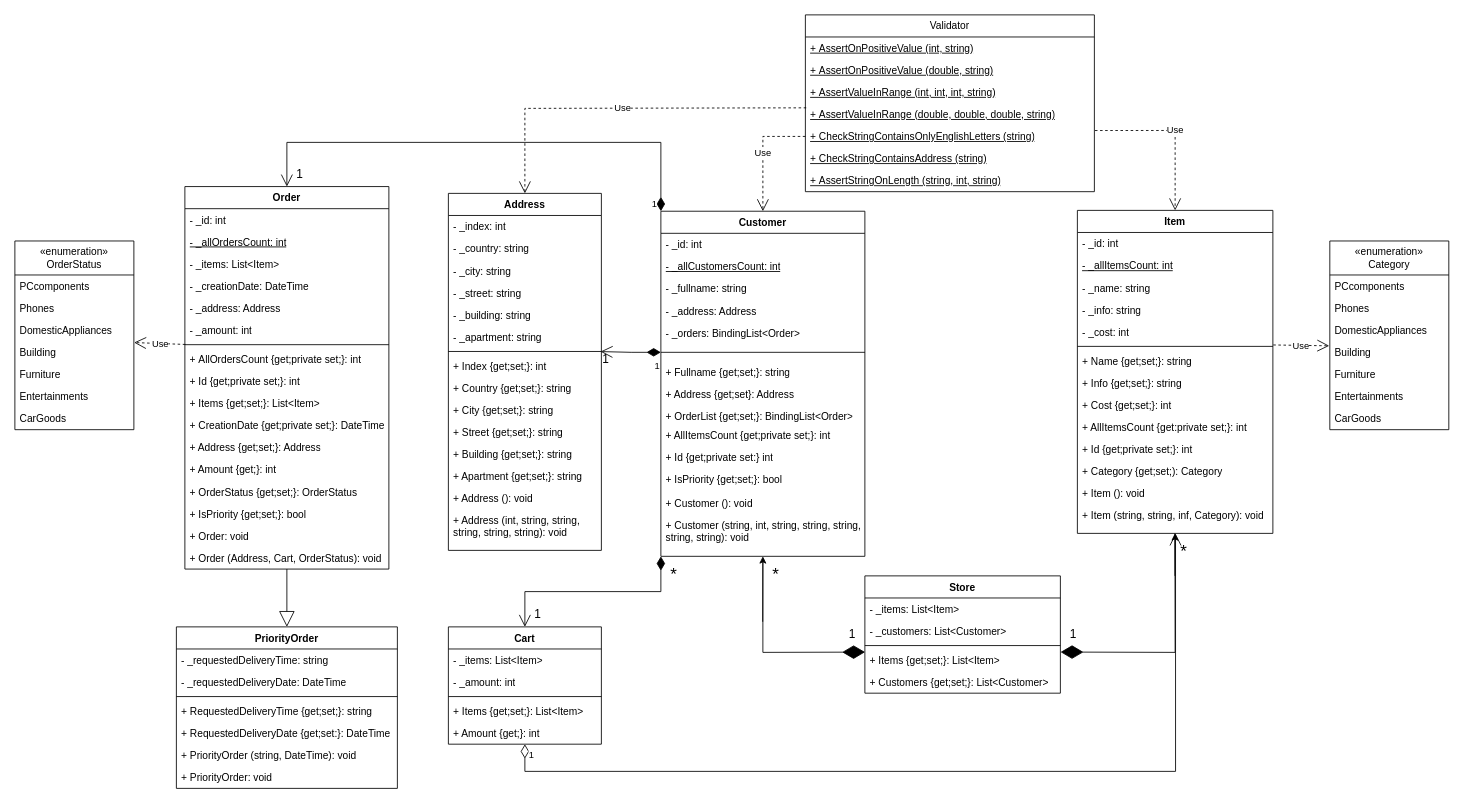
The draw.io diagram doc/ObjectOrientedPractics/Practics4.drawio in EBPEYgg/ObjectOrientedPractics, before the edit. Source tidied: cells renumbered, new cells numbered last; positions are measured from the earlier drawing's top-left corner, leaving out a move shared by most shapes. Both pictures are drawn from the tidied source at 85%, with x=0, y=0 at pixel (14, 14).
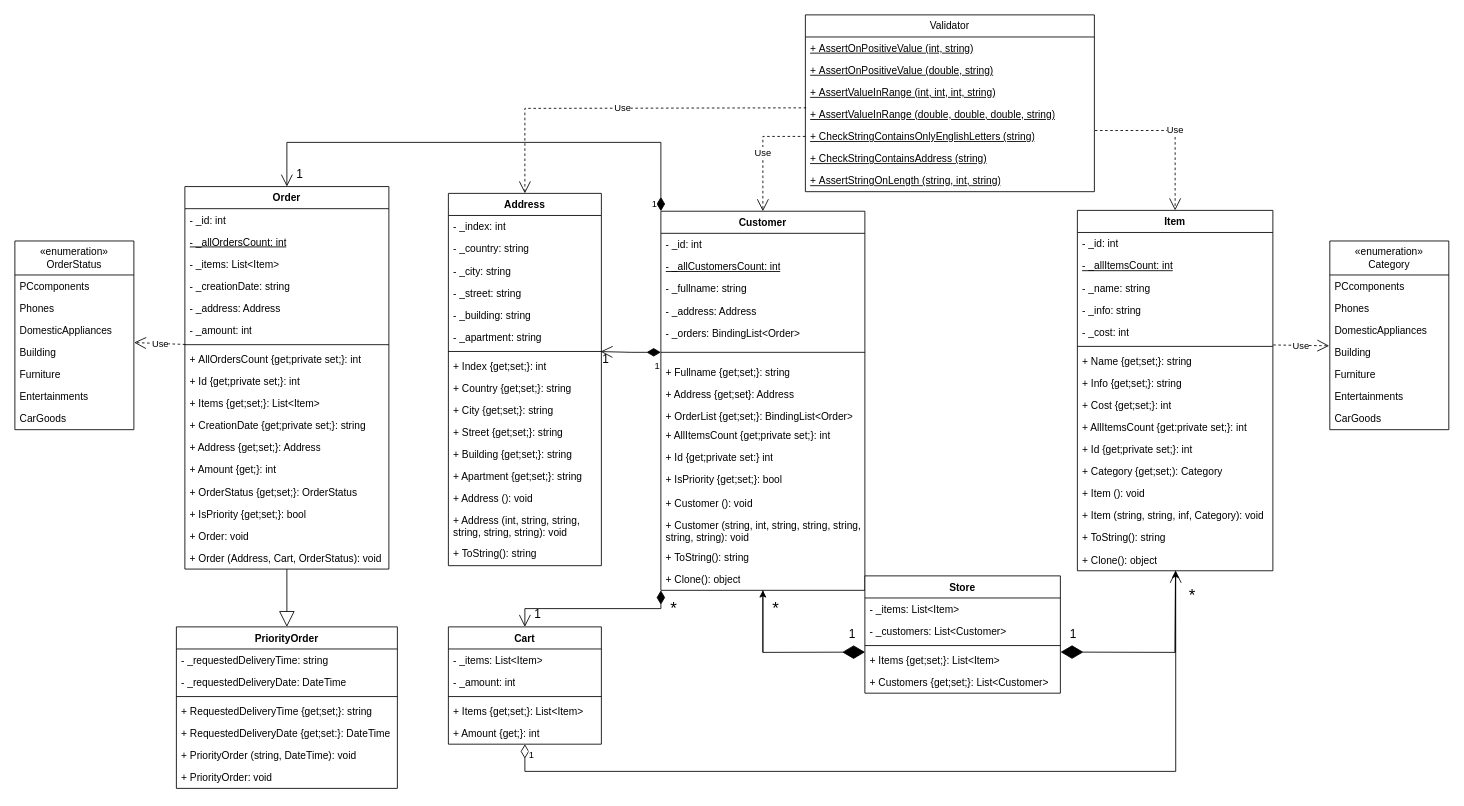
The same page after the edit.

Commit message (it also covers changes not shown here):
📝Update UML Practics4.

The change refers to these unchanged cells:
```xml
<mxCell id="62" value="+ Items {get;set;}: List&amp;lt;Item&amp;gt;" style="text;strokeColor=none;fillColor=none;align=left;verticalAlign=top;spacingLeft=4;spacingRight=4;overflow=hidden;points=[[0,0.5],[1,0.5]];portConstraint=eastwest;whiteSpace=wrap;html=1;" parent="58" vertex="1">
  <mxGeometry y="86" width="230" height="26" as="geometry" />
</mxCell>
<mxCell id="89" value="+ Amount {get;}: int" style="text;strokeColor=none;fillColor=none;align=left;verticalAlign=top;spacingLeft=4;spacingRight=4;overflow=hidden;points=[[0,0.5],[1,0.5]];portConstraint=eastwest;whiteSpace=wrap;html=1;" parent="84" vertex="1">
  <mxGeometry y="112" width="180" height="26" as="geometry" />
</mxCell>
<mxCell id="90" value="Order" style="swimlane;fontStyle=1;align=center;verticalAlign=top;horizontal=1;startSize=26;whiteSpace=wrap;html=1;" parent="1" vertex="1">
  <mxGeometry x="200" y="202" width="240" height="450" as="geometry" />
</mxCell>
```

Change to the diagram source:
```diff
@@
     <mxCell id="10" value="Item" style="swimlane;fontStyle=1;align=center;verticalAlign=top;horizontal=1;startSize=26;whiteSpace=wrap;html=1;" parent="1" vertex="1">
-      <mxGeometry x="1250" y="230" width="230" height="380" as="geometry" />
+      <mxGeometry x="1250" y="230" width="230" height="424" as="geometry" />
     </mxCell>
@@
     <mxCell id="24" value="+ Item (string, string, inf, Category): void" style="text;strokeColor=none;fillColor=none;align=left;verticalAlign=top;spacingLeft=4;spacingRight=4;overflow=hidden;points=[[0,0.5],[1,0.5]];portConstraint=eastwest;whiteSpace=wrap;html=1;" parent="10" vertex="1">
-      <mxGeometry y="346" width="230" height="34" as="geometry" />
+      <mxGeometry y="346" width="230" height="26" as="geometry" />
     </mxCell>
+    <mxCell id="132" value="+ ToString(): string" style="text;strokeColor=none;fillColor=none;align=left;verticalAlign=top;spacingLeft=4;spacingRight=4;overflow=hidden;whiteSpace=wrap;html=1;" parent="10" vertex="1">
+      <mxGeometry y="372" width="230" height="26" as="geometry" />
+    </mxCell>
+    <mxCell id="133" value="+ Clone(): object" style="text;strokeColor=none;fillColor=none;align=left;verticalAlign=top;spacingLeft=4;spacingRight=4;overflow=hidden;points=[[0,0.5],[1,0.5]];portConstraint=eastwest;whiteSpace=wrap;html=1;" parent="10" vertex="1">
+      <mxGeometry y="398" width="230" height="26" as="geometry" />
+    </mxCell>
     <mxCell id="25" value="Customer" style="swimlane;fontStyle=1;align=center;verticalAlign=top;horizontal=1;startSize=26;whiteSpace=wrap;html=1;" parent="1" vertex="1">
-      <mxGeometry x="760" y="231" width="240" height="406" as="geometry" />
+      <mxGeometry x="760" y="231" width="240" height="446" as="geometry" />
     </mxCell>
@@
     <mxCell id="39" value="+ Customer (string, int, string, string, string, string, string): void" style="text;strokeColor=none;fillColor=none;align=left;verticalAlign=top;spacingLeft=4;spacingRight=4;overflow=hidden;whiteSpace=wrap;html=1;" parent="25" vertex="1">
-      <mxGeometry y="356" width="240" height="50" as="geometry" />
+      <mxGeometry y="356" width="240" height="38" as="geometry" />
     </mxCell>
+    <mxCell id="134" value="+ ToString(): string" style="text;strokeColor=none;fillColor=none;align=left;verticalAlign=top;spacingLeft=4;spacingRight=4;overflow=hidden;whiteSpace=wrap;html=1;" parent="25" vertex="1">
+      <mxGeometry y="394" width="240" height="26" as="geometry" />
+    </mxCell>
+    <mxCell id="135" value="+ Clone(): object" style="text;strokeColor=none;fillColor=none;align=left;verticalAlign=top;spacingLeft=4;spacingRight=4;overflow=hidden;points=[[0,0.5],[1,0.5]];portConstraint=eastwest;whiteSpace=wrap;html=1;" parent="25" vertex="1">
+      <mxGeometry y="420" width="240" height="26" as="geometry" />
+    </mxCell>
     <mxCell id="40" value="Address" style="swimlane;fontStyle=1;align=center;verticalAlign=top;horizontal=1;startSize=26;whiteSpace=wrap;html=1;" parent="1" vertex="1">
-      <mxGeometry x="510" y="210" width="180" height="420" as="geometry" />
+      <mxGeometry x="510" y="210" width="180" height="438" as="geometry" />
     </mxCell>
@@
     <mxCell id="55" value="+ Address (int, string, string, string, string, string): void" style="text;strokeColor=none;fillColor=none;align=left;verticalAlign=top;spacingLeft=4;spacingRight=4;overflow=hidden;whiteSpace=wrap;html=1;" parent="40" vertex="1">
-      <mxGeometry y="372" width="180" height="48" as="geometry" />
+      <mxGeometry y="372" width="180" height="38" as="geometry" />
     </mxCell>
+    <mxCell id="136" value="+ ToString(): string" style="text;strokeColor=none;fillColor=none;align=left;verticalAlign=top;spacingLeft=4;spacingRight=4;overflow=hidden;whiteSpace=wrap;html=1;" parent="40" vertex="1">
+      <mxGeometry y="410" width="180" height="28" as="geometry" />
+    </mxCell>
@@
-    <mxCell id="64" style="endArrow=diamondThin;endFill=1;endSize=24;html=1;rounded=0;entryX=1.001;entryY=0.139;entryDx=0;entryDy=0;entryPerimeter=0;exitX=0.499;exitY=0.998;exitDx=0;exitDy=0;exitPerimeter=0;" parent="1" edge="1" source="24" target="62">
+    <mxCell id="64" style="endArrow=diamondThin;endFill=1;endSize=24;html=1;rounded=0;entryX=1.001;entryY=0.139;entryDx=0;entryDy=0;entryPerimeter=0;exitX=0.502;exitY=1.002;exitDx=0;exitDy=0;exitPerimeter=0;" parent="1" edge="1" source="133" target="62">
       <mxGeometry relative="1" as="geometry">
         <Array as="points">
           <mxPoint x="1365" y="750" />
         </Array>
       </mxGeometry>
     </mxCell>
-    <mxCell id="65" style="endArrow=classic;html=1;rounded=0;" parent="1" edge="1">
+    <mxCell id="65" style="endArrow=classic;html=1;rounded=0;entryX=0.502;entryY=1.002;entryDx=0;entryDy=0;entryPerimeter=0;" parent="1" edge="1" target="133">
       <mxGeometry relative="1" as="geometry">
-        <mxPoint x="1364.8" y="660" as="sourcePoint" />
-        <mxPoint x="1364.8" y="610" as="targetPoint" />
+        <mxPoint x="1365" y="750" as="sourcePoint" />
       </mxGeometry>
     </mxCell>
     <mxCell id="66" value="&lt;font style=&quot;font-size: 20px;&quot;&gt;*&lt;/font&gt;" style="text;html=1;align=center;verticalAlign=middle;strokeColor=none;fillColor=none;" parent="1" vertex="1">
-      <mxGeometry x="1360" y="610" width="30" height="40" as="geometry" />
+      <mxGeometry x="1370" y="662" width="30" height="40" as="geometry" />
     </mxCell>
@@
-    <mxCell id="68" style="endArrow=diamondThin;endFill=1;endSize=24;html=1;rounded=0;entryX=0.001;entryY=0.142;entryDx=0;entryDy=0;entryPerimeter=0;" parent="1" edge="1" target="62">
+    <mxCell id="68" style="endArrow=diamondThin;endFill=1;endSize=24;html=1;rounded=0;entryX=0.001;entryY=0.142;entryDx=0;entryDy=0;entryPerimeter=0;exitX=0.5;exitY=1;exitDx=0;exitDy=0;" parent="1" edge="1" source="25" target="62">
       <mxGeometry relative="1" as="geometry">
-        <mxPoint x="880" y="640" as="sourcePoint" />
         <Array as="points">
           <mxPoint x="880" y="750" />
         </Array>
       </mxGeometry>
     </mxCell>
@@
     <mxCell id="70" value="&lt;font style=&quot;font-size: 20px;&quot;&gt;*&lt;/font&gt;" style="text;html=1;align=center;verticalAlign=middle;strokeColor=none;fillColor=none;" parent="1" vertex="1">
-      <mxGeometry x="880" y="637" width="30" height="40" as="geometry" />
+      <mxGeometry x="880" y="677" width="30" height="40" as="geometry" />
     </mxCell>
-    <mxCell id="71" style="endArrow=classic;html=1;rounded=0;entryX=0.5;entryY=1;entryDx=0;entryDy=0;" parent="1" edge="1" target="25">
+    <mxCell id="71" style="endArrow=classic;html=1;rounded=0;entryX=0.5;entryY=0.999;entryDx=0;entryDy=0;entryPerimeter=0;" parent="1" edge="1" target="135">
       <mxGeometry relative="1" as="geometry">
-        <mxPoint x="879.8" y="714" as="sourcePoint" />
+        <mxPoint x="880" y="750" as="sourcePoint" />
       </mxGeometry>
     </mxCell>
@@
-    <mxCell id="94" value="-&amp;nbsp;_creationDate: DateTime" style="text;strokeColor=none;fillColor=none;align=left;verticalAlign=top;spacingLeft=4;spacingRight=4;overflow=hidden;whiteSpace=wrap;html=1;" parent="90" vertex="1">
+    <mxCell id="94" value="-&amp;nbsp;_creationDate: string" style="text;strokeColor=none;fillColor=none;align=left;verticalAlign=top;spacingLeft=4;spacingRight=4;overflow=hidden;whiteSpace=wrap;html=1;" parent="90" vertex="1">
       <mxGeometry y="104" width="240" height="26" as="geometry" />
     </mxCell>
@@
-    <mxCell id="101" value="+ CreationDate {get;private set;}: DateTime" style="text;strokeColor=none;fillColor=none;align=left;verticalAlign=top;spacingLeft=4;spacingRight=4;overflow=hidden;whiteSpace=wrap;html=1;" parent="90" vertex="1">
+    <mxCell id="101" value="+ CreationDate {get;private set;}: string" style="text;strokeColor=none;fillColor=none;align=left;verticalAlign=top;spacingLeft=4;spacingRight=4;overflow=hidden;whiteSpace=wrap;html=1;" parent="90" vertex="1">
       <mxGeometry y="268" width="240" height="26" as="geometry" />
     </mxCell>
@@
-    <mxCell id="117" value="1" style="endArrow=open;html=1;endSize=12;startArrow=diamondThin;startSize=14;startFill=0;edgeStyle=orthogonalEdgeStyle;align=left;verticalAlign=top;rounded=0;labelPosition=right;verticalLabelPosition=bottom;horizontal=1;entryX=0.502;entryY=1.004;entryDx=0;entryDy=0;entryPerimeter=0;exitX=0.5;exitY=1.003;exitDx=0;exitDy=0;exitPerimeter=0;" parent="1" edge="1" source="89" target="24">
+    <mxCell id="117" value="1" style="endArrow=open;html=1;endSize=12;startArrow=diamondThin;startSize=14;startFill=0;edgeStyle=orthogonalEdgeStyle;align=left;verticalAlign=top;rounded=0;labelPosition=right;verticalLabelPosition=bottom;horizontal=1;exitX=0.5;exitY=1.003;exitDx=0;exitDy=0;exitPerimeter=0;entryX=0.503;entryY=1.002;entryDx=0;entryDy=0;entryPerimeter=0;" parent="1" edge="1" source="89" target="133">
       <mxGeometry x="-1" y="3" relative="1" as="geometry">
         <Array as="points">
           <mxPoint x="600" y="890" />
-          <mxPoint x="1365" y="890" />
+          <mxPoint x="1366" y="890" />
         </Array>
       </mxGeometry>
     </mxCell>
@@
     <mxCell id="120" value="&lt;font style=&quot;font-size: 20px;&quot;&gt;*&lt;/font&gt;" style="text;html=1;align=center;verticalAlign=middle;strokeColor=none;fillColor=none;" parent="1" vertex="1">
-      <mxGeometry x="760" y="637" width="30" height="40" as="geometry" />
+      <mxGeometry x="760" y="677" width="30" height="40" as="geometry" />
     </mxCell>
```
